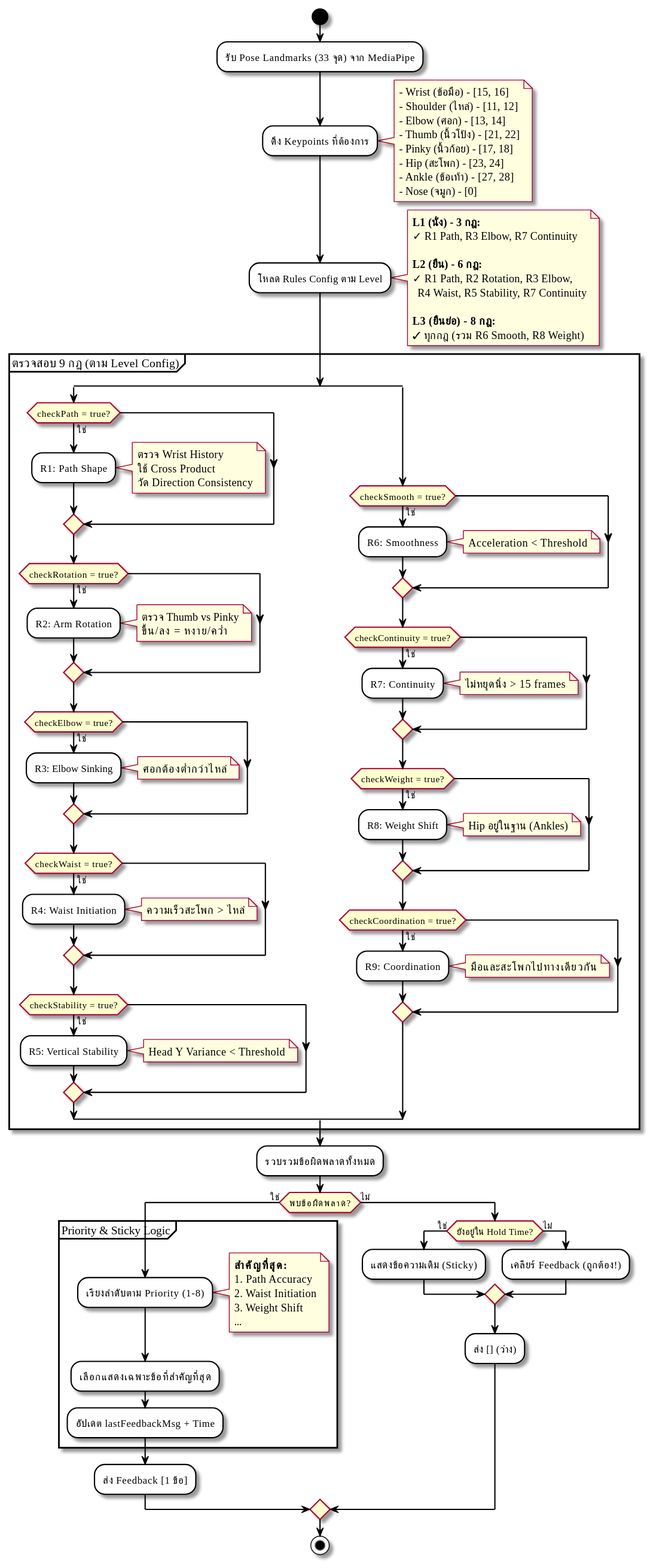
Above: out/docs/diagrams/ActivityDiagram_Heuristics/TaijiFlow_Activity_Diagram_Heuristics.svg in vyut/TaijiFlow (PlantUML), before the change.
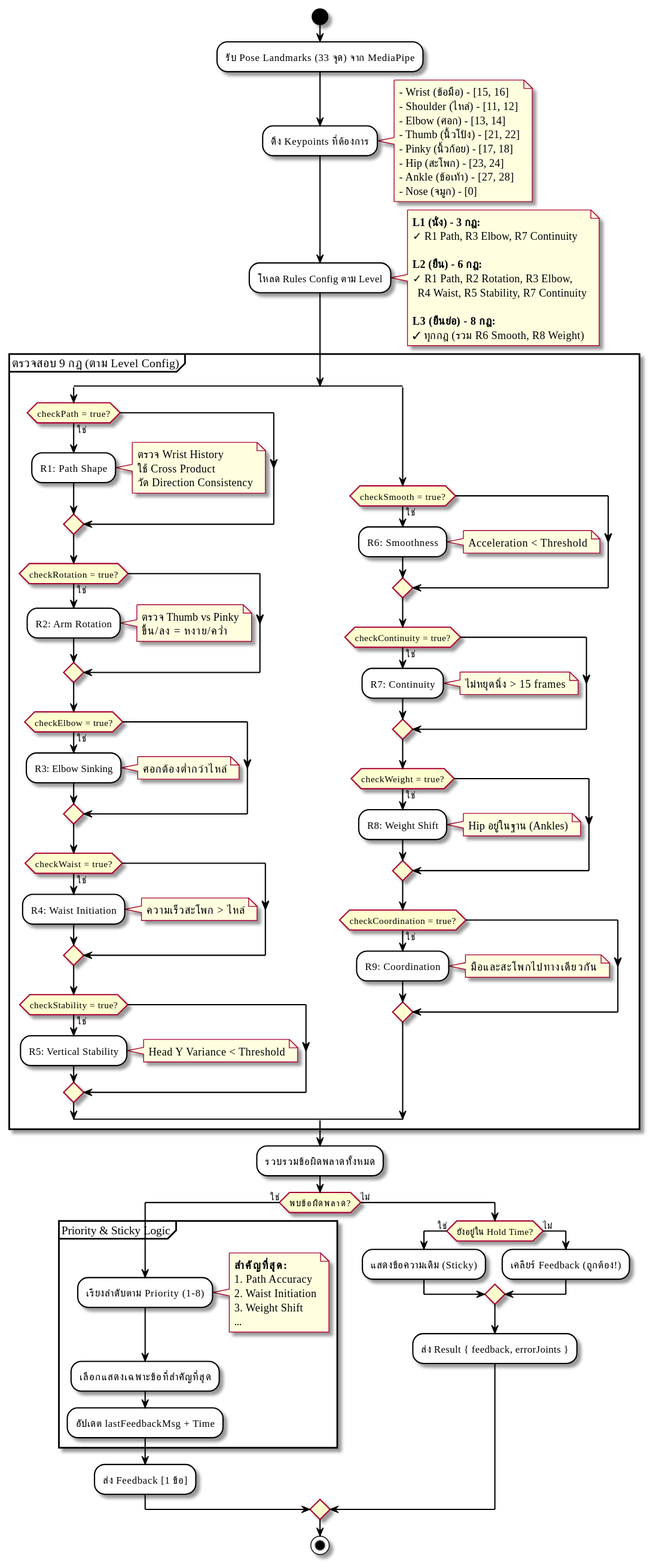
The same diagram one commit later.

What changed in the source:
```diff
@@ -136,7 +136,7 @@
     else (ไม่)
         :เคลียร์ Feedback (ถูกต้อง!);
     endif
-    :ส่ง [] (ว่าง);
+    :ส่ง Result { feedback, errorJoints };
 endif
 
 stop
```
